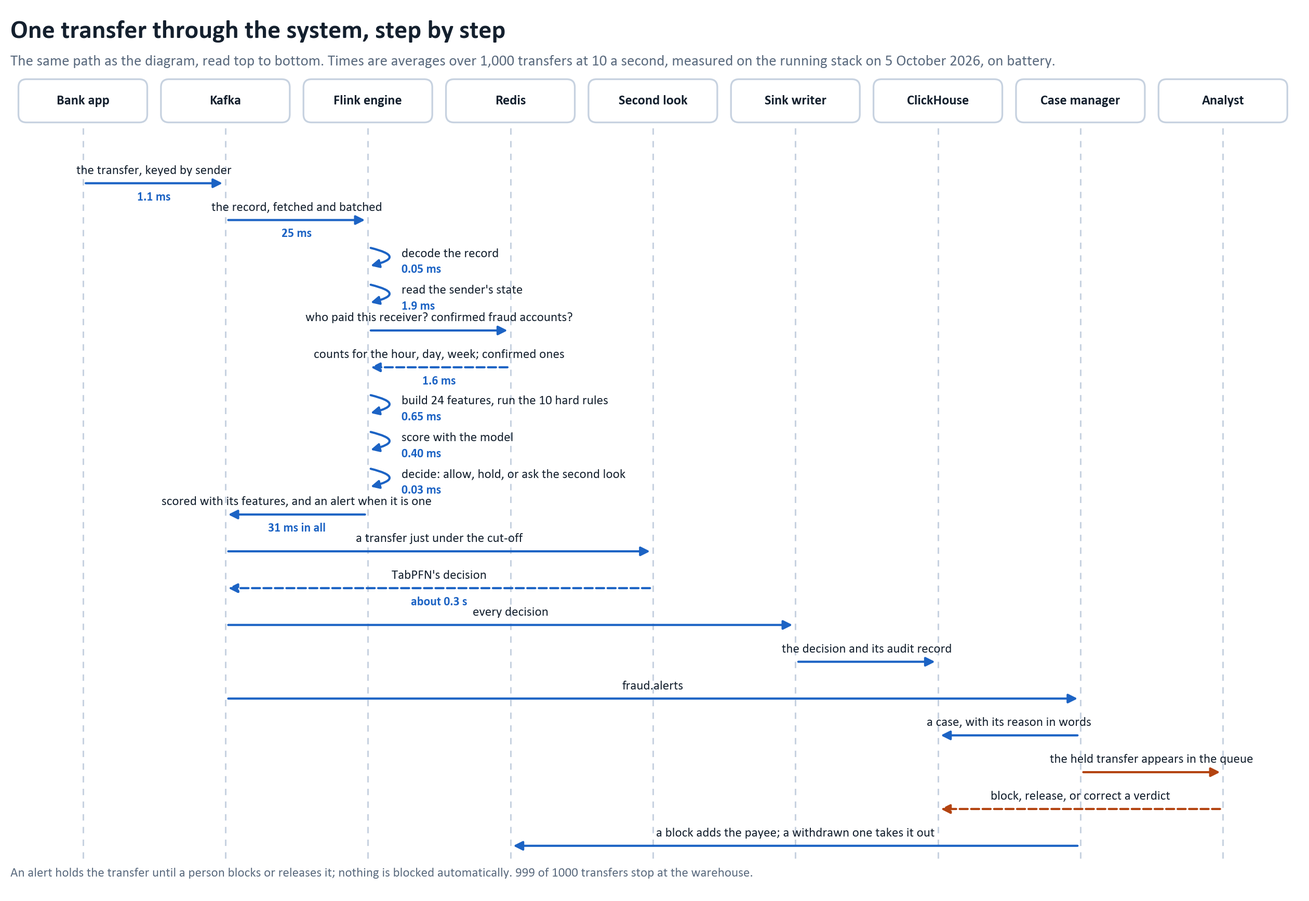
Above: docs/pipeline_sequence.png in avazahmedov95/fraud-detection (Mermaid), before the change. Its source is kept beside it as docs/pipeline_sequence.mmd.
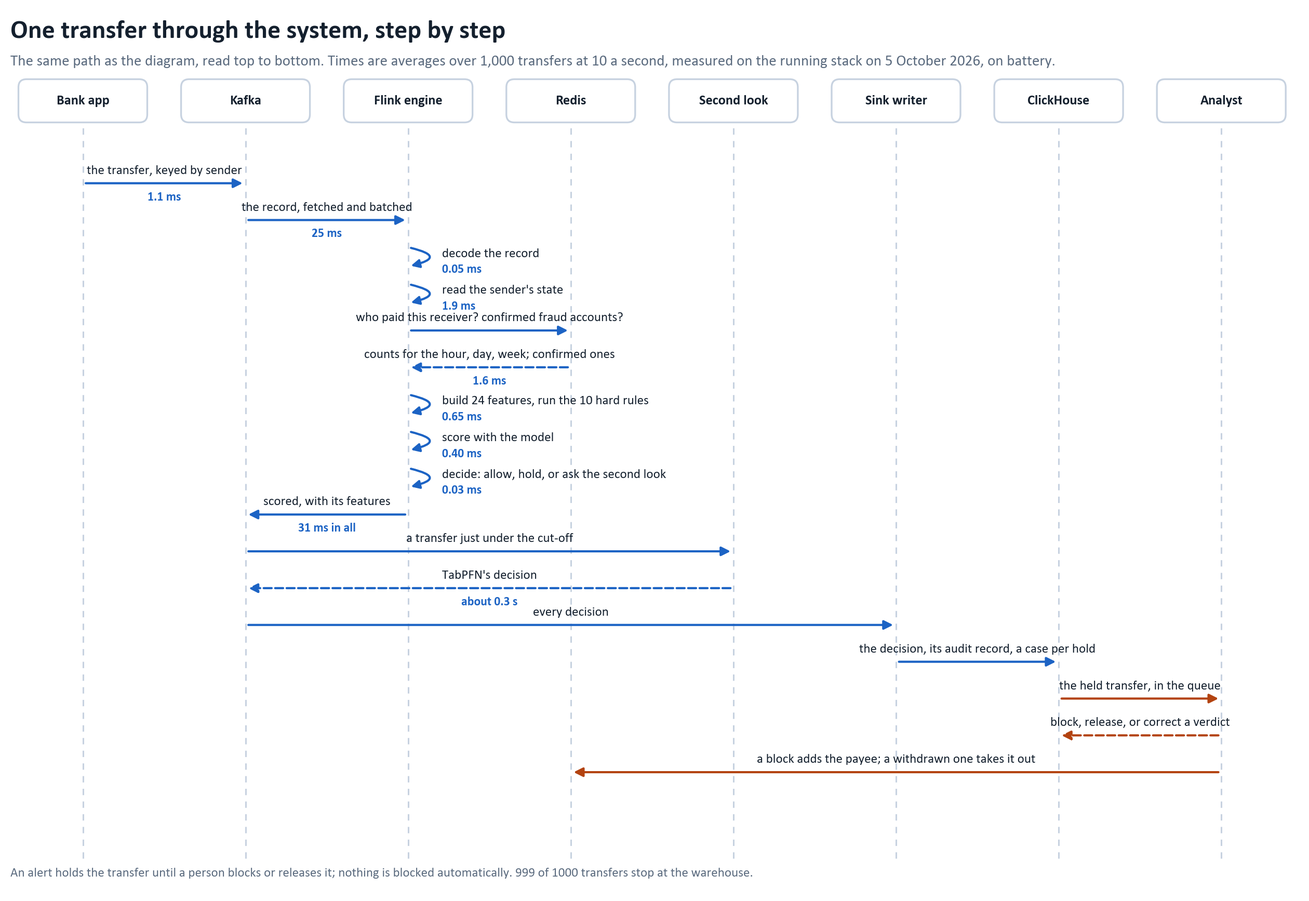
After the commit.

Diff of the diagram source:
```diff
@@ -8,7 +8,6 @@
     participant Second as Second look
     participant Sink as Sink writer
     participant DB as ClickHouse
-    participant Case as Case manager
     actor Analyst
 
     Customer->>App: confirms a transfer
@@ -21,13 +20,11 @@
     Flink->>Flink: build 24 features, run the 10 hard rules (0.65 ms)
     Flink->>Flink: score with the model (0.40 ms)
     Flink->>Flink: decide: allow, hold, or ask the second look (0.03 ms)
-    Flink->>Kafka: transactions.scored with the features, fraud.alerts for an alert (31 ms in all)
+    Flink->>Kafka: transactions.scored, with the features (31 ms in all)
     Kafka->>Second: fraud.second_look, a transfer just under the cut-off
     Second->>Kafka: TabPFN's decision, about 0.3 s later
     Kafka->>Sink: every decision
-    Sink->>DB: the decision and its audit record
-    Kafka->>Case: fraud.alerts
-    Case->>DB: open a case, with its reason in words
-    Case->>Analyst: the held transfer appears in the queue
+    Sink->>DB: the decision, its audit record and, for a hold, a case with its reason in words
+    DB->>Analyst: the held transfer appears in the queue (demo or CLI)
     Analyst->>DB: block it or release it, or correct an earlier verdict
-    Case->>Redis: a block adds the payee to the confirmed fraud accounts; a withdrawn one takes it out
+    Analyst->>Redis: a block adds the payee to the confirmed fraud accounts; a withdrawn one takes it out
```
